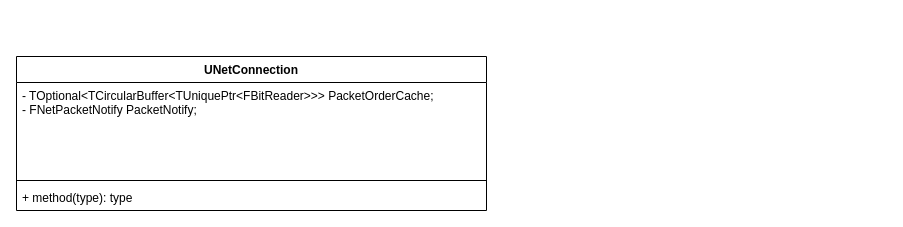
The draw.io diagram page "第 1 页" (1 of 2) of UE4Networking.drawio in jialin0x7c9/UE4NetworkingGraph, before the edit. Source tidied: cells renumbered, new cells numbered last; positions are measured from the earlier drawing's top-left corner, leaving out a move shared by most shapes. Both pictures are drawn from the tidied source at 100%, with x=0, y=0 at pixel (16, 56).
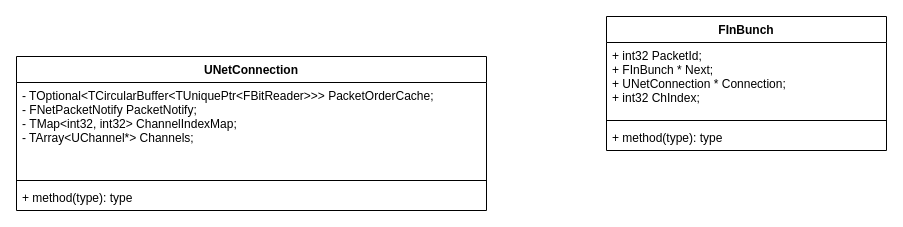
The same page after the edit.

What changed in the source:
```diff
@@
 <mxGraphModel>
   <root>
     <mxCell id="0" />
     <mxCell id="1" parent="0" />
     <mxCell id="2" value="UNetConnection" style="swimlane;fontStyle=1;align=center;verticalAlign=top;horizontal=1;startSize=26;" parent="1" vertex="1">
       <mxGeometry width="470" height="154" as="geometry" />
     </mxCell>
-    <mxCell id="3" value="- TOptional&lt;TCircularBuffer&lt;TUniquePtr&lt;FBitReader&gt;&gt;&gt; PacketOrderCache;&#10;- FNetPacketNotify PacketNotify;" style="text;strokeColor=none;fillColor=none;align=left;verticalAlign=top;spacingLeft=4;spacingRight=4;overflow=hidden;" parent="2" vertex="1">
+    <mxCell id="3" value="- TOptional&lt;TCircularBuffer&lt;TUniquePtr&lt;FBitReader&gt;&gt;&gt; PacketOrderCache;&#10;- FNetPacketNotify PacketNotify;&#10;- TMap&lt;int32, int32&gt; ChannelIndexMap;&#10;- TArray&lt;UChannel*&gt; Channels;" style="text;strokeColor=none;fillColor=none;align=left;verticalAlign=top;spacingLeft=4;spacingRight=4;overflow=hidden;" parent="2" vertex="1">
       <mxGeometry y="26" width="470" height="94" as="geometry" />
     </mxCell>
     <mxCell id="4" style="line;strokeWidth=1;fillColor=none;align=left;verticalAlign=middle;spacingTop=-1;spacingLeft=3;spacingRight=3;labelPosition=right;" parent="2" vertex="1">
       <mxGeometry y="120" width="470" height="8" as="geometry" />
     </mxCell>
     <mxCell id="5" value="+ method(type): type" style="text;strokeColor=none;fillColor=none;align=left;verticalAlign=top;spacingLeft=4;spacingRight=4;overflow=hidden;" parent="2" vertex="1">
       <mxGeometry y="128" width="470" height="26" as="geometry" />
     </mxCell>
+    <mxCell id="6" value="FInBunch" style="swimlane;fontStyle=1;align=center;verticalAlign=top;horizontal=1;startSize=26;" parent="1" vertex="1">
+      <mxGeometry x="590" y="-40" width="280" height="134" as="geometry" />
+    </mxCell>
+    <mxCell id="7" value="+ int32    PacketId;&#10;+ FInBunch *   Next;&#10;+ UNetConnection * Connection;&#10;+ int32    ChIndex;" style="text;strokeColor=none;fillColor=none;align=left;verticalAlign=top;spacingLeft=4;spacingRight=4;overflow=hidden;" parent="6" vertex="1">
+      <mxGeometry y="26" width="280" height="74" as="geometry" />
+    </mxCell>
+    <mxCell id="8" style="line;strokeWidth=1;fillColor=none;align=left;verticalAlign=middle;spacingTop=-1;spacingLeft=3;spacingRight=3;labelPosition=right;" parent="6" vertex="1">
+      <mxGeometry y="100" width="280" height="8" as="geometry" />
+    </mxCell>
+    <mxCell id="9" value="+ method(type): type" style="text;strokeColor=none;fillColor=none;align=left;verticalAlign=top;spacingLeft=4;spacingRight=4;overflow=hidden;" parent="6" vertex="1">
+      <mxGeometry y="108" width="280" height="26" as="geometry" />
+    </mxCell>
   </root>
 </mxGraphModel>
```
